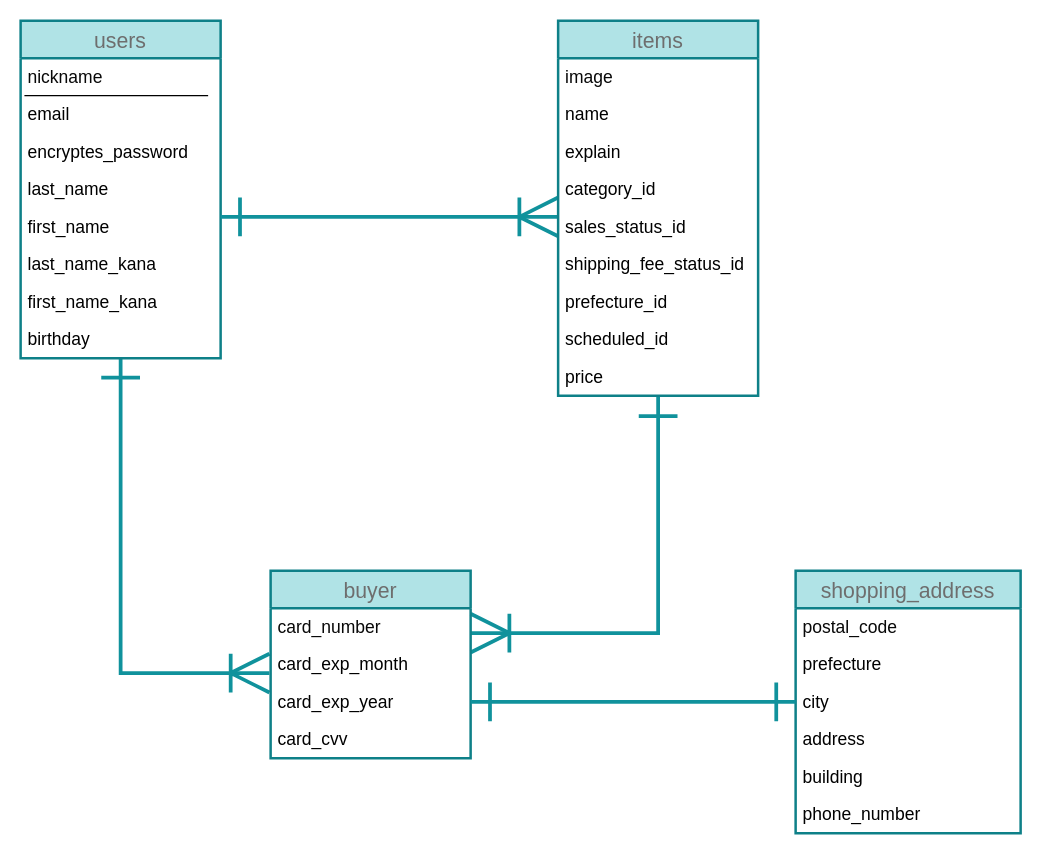
This is furima.dio from Ioa-041/furima-30559, a draw.io file, before an edit. Source tidied: cells renumbered, new cells numbered last; positions are measured from the earlier drawing's top-left corner, leaving out a move shared by most shapes. Both pictures are drawn from the tidied source at 125%, with x=0, y=0 at pixel (20, 20).
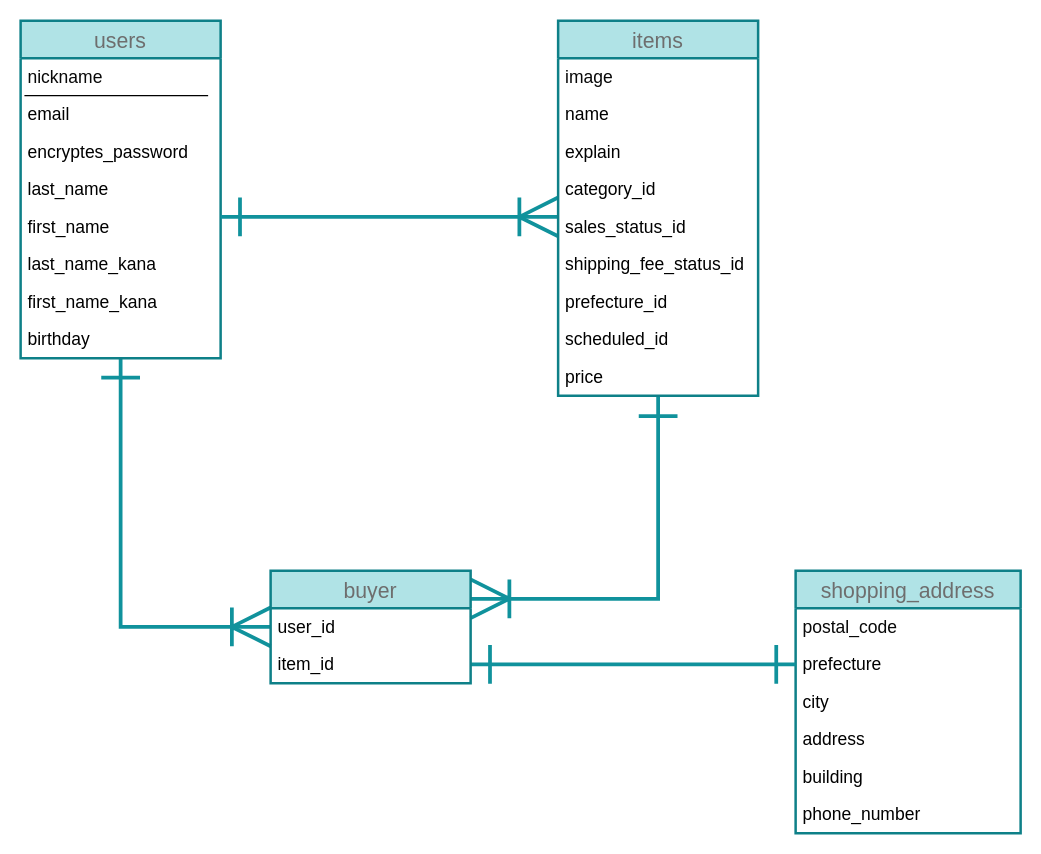
Above is the later version.

Commit message (it also covers changes not shown here):
クレジットカード情報カラム削除

The change refers to these unchanged cells:
```xml
<mxCell id="3" value="users" style="swimlane;fontStyle=0;horizontal=1;startSize=30;align=center;fontSize=17;strokeColor=#0e8088;labelBackgroundColor=none;fillColor=#b0e3e6;fontColor=#6E6E6E;strokeWidth=2;" parent="1" vertex="1">
  <mxGeometry width="160" height="270" as="geometry" />
</mxCell>
<mxCell id="20" value="shopping_address" style="swimlane;fontStyle=0;horizontal=1;startSize=30;align=center;fontSize=17;strokeColor=#0e8088;labelBackgroundColor=none;fillColor=#b0e3e6;fontColor=#6E6E6E;strokeWidth=2;labelBorderColor=none;" parent="1" vertex="1">
  <mxGeometry x="620" y="440" width="180" height="210" as="geometry" />
</mxCell>
<mxCell id="22" value="prefecture" style="text;strokeColor=none;fillColor=none;spacingLeft=4;spacingRight=4;overflow=hidden;points=[[0,0.5],[1,0.5]];portConstraint=eastwest;fontSize=14;fontColor=#000000;" parent="20" vertex="1">
  <mxGeometry y="60" width="180" height="30" as="geometry" />
</mxCell>
<mxCell id="37" value="price" style="text;strokeColor=none;fillColor=none;spacingLeft=4;spacingRight=4;overflow=hidden;points=[[0,0.5],[1,0.5]];portConstraint=eastwest;fontSize=14;fontColor=#000000;" parent="28" vertex="1">
  <mxGeometry y="270" width="160" height="30" as="geometry" />
</mxCell>
```

Change to the diagram source:
```diff
@@
-    <mxCell id="2" style="edgeStyle=orthogonalEdgeStyle;rounded=0;jettySize=auto;html=1;entryX=-0.006;entryY=0.733;entryDx=0;entryDy=0;entryPerimeter=0;fontColor=#6E6E6E;endArrow=ERoneToMany;endFill=0;strokeWidth=3;targetPerimeterSpacing=0;endSize=27;fillColor=#b0e3e6;strokeColor=#10929C;startArrow=ERone;startFill=0;startSize=27;" parent="1" edge="1" source="3" target="17">
-      <mxGeometry relative="1" as="geometry" />
+    <mxCell id="2" style="edgeStyle=orthogonalEdgeStyle;rounded=0;jettySize=auto;html=1;fontColor=#6E6E6E;endArrow=ERoneToMany;endFill=0;strokeWidth=3;targetPerimeterSpacing=0;endSize=27;fillColor=#b0e3e6;strokeColor=#10929C;startArrow=ERone;startFill=0;startSize=27;entryX=0;entryY=0.5;entryDx=0;entryDy=0;" parent="1" edge="1" source="3" target="38">
+      <mxGeometry relative="1" as="geometry">
+        <Array as="points">
+          <mxPoint x="80" y="485" />
+        </Array>
+      </mxGeometry>
     </mxCell>
@@
-    <mxCell id="13" style="edgeStyle=orthogonalEdgeStyle;rounded=0;jettySize=auto;html=1;fontColor=#6E6E6E;endArrow=ERoneToMany;endFill=0;strokeWidth=3;targetPerimeterSpacing=0;endSize=27;fillColor=#b0e3e6;strokeColor=#10929C;exitX=0.5;exitY=1.033;exitDx=0;exitDy=0;exitPerimeter=0;entryX=1;entryY=0.233;entryDx=0;entryDy=0;entryPerimeter=0;startArrow=ERone;startFill=0;startSize=27;" parent="1" edge="1" source="37">
+    <mxCell id="13" style="edgeStyle=orthogonalEdgeStyle;rounded=0;jettySize=auto;html=1;fontColor=#6E6E6E;endArrow=ERoneToMany;endFill=0;strokeWidth=3;targetPerimeterSpacing=0;endSize=27;fillColor=#b0e3e6;strokeColor=#10929C;exitX=0.5;exitY=1.033;exitDx=0;exitDy=0;exitPerimeter=0;entryX=1;entryY=0.25;entryDx=0;entryDy=0;startArrow=ERone;startFill=0;startSize=27;" parent="1" edge="1" source="37" target="15">
       <mxGeometry relative="1" as="geometry">
-        <mxPoint x="360" y="490" as="targetPoint" />
         <Array as="points">
-          <mxPoint x="510" y="490" />
+          <mxPoint x="510" y="463" />
         </Array>
       </mxGeometry>
     </mxCell>
@@
-    <mxCell id="15" value="buyer" style="swimlane;fontStyle=0;horizontal=1;startSize=30;align=center;fontSize=17;strokeColor=#0e8088;labelBackgroundColor=none;fillColor=#b0e3e6;fontColor=#6E6E6E;strokeWidth=2;labelBorderColor=none;" parent="1" vertex="1">
-      <mxGeometry x="200" y="440" width="160" height="150" as="geometry" />
-    </mxCell>
-    <mxCell id="16" value="card_number" style="text;strokeColor=none;fillColor=none;spacingLeft=4;spacingRight=4;overflow=hidden;fontSize=14;fontColor=#080808;" parent="15" vertex="1">
-      <mxGeometry y="30" width="160" height="30" as="geometry" />
-    </mxCell>
-    <mxCell id="17" value="card_exp_month" style="text;strokeColor=none;fillColor=none;spacingLeft=4;spacingRight=4;overflow=hidden;points=[[0,0.5],[1,0.5]];portConstraint=eastwest;fontSize=14;fontColor=#000000;" parent="15" vertex="1">
-      <mxGeometry y="60" width="160" height="30" as="geometry" />
-    </mxCell>
-    <mxCell id="18" value="card_exp_year" style="text;strokeColor=none;fillColor=none;spacingLeft=4;spacingRight=4;overflow=hidden;points=[[0,0.5],[1,0.5]];portConstraint=eastwest;fontSize=14;fontColor=#000000;" parent="15" vertex="1">
-      <mxGeometry y="90" width="160" height="30" as="geometry" />
-    </mxCell>
-    <mxCell id="19" value="card_cvv" style="text;strokeColor=none;fillColor=none;spacingLeft=4;spacingRight=4;overflow=hidden;fontSize=14;fontColor=#000000;" parent="15" vertex="1">
-      <mxGeometry y="120" width="160" height="30" as="geometry" />
-    </mxCell>
@@
-    <mxCell id="27" style="rounded=0;jettySize=auto;html=1;entryX=0;entryY=0.5;entryDx=0;entryDy=0;endArrow=ERone;endFill=0;endSize=27;targetPerimeterSpacing=0;strokeColor=#10929C;strokeWidth=3;fontSize=14;fontColor=#6E6E6E;startArrow=ERone;startFill=0;startSize=27;" parent="1" edge="1" source="18" target="20">
+    <mxCell id="27" style="rounded=0;jettySize=auto;html=1;entryX=0;entryY=0.5;entryDx=0;entryDy=0;endArrow=ERone;endFill=0;endSize=27;targetPerimeterSpacing=0;strokeColor=#10929C;strokeWidth=3;fontSize=14;fontColor=#6E6E6E;startArrow=ERone;startFill=0;startSize=27;exitX=1;exitY=0.5;exitDx=0;exitDy=0;" parent="1" edge="1" source="39" target="22">
       <mxGeometry relative="1" as="geometry" />
     </mxCell>
@@
+    <mxCell id="15" value="buyer" style="swimlane;fontStyle=0;horizontal=1;startSize=30;align=center;fontSize=17;strokeColor=#0e8088;labelBackgroundColor=none;fillColor=#b0e3e6;fontColor=#6E6E6E;strokeWidth=2;labelBorderColor=none;" parent="1" vertex="1">
+      <mxGeometry x="200" y="440" width="160" height="90" as="geometry" />
+    </mxCell>
+    <mxCell id="38" value="user_id" style="text;strokeColor=none;fillColor=none;spacingLeft=4;spacingRight=4;overflow=hidden;points=[[0,0.5],[1,0.5]];portConstraint=eastwest;fontSize=14;fontColor=#000000;" parent="15" vertex="1">
+      <mxGeometry y="30" width="160" height="30" as="geometry" />
+    </mxCell>
+    <mxCell id="39" value="item_id" style="text;strokeColor=none;fillColor=none;spacingLeft=4;spacingRight=4;overflow=hidden;points=[[0,0.5],[1,0.5]];portConstraint=eastwest;fontSize=14;fontColor=#000000;" parent="15" vertex="1">
+      <mxGeometry y="60" width="160" height="30" as="geometry" />
+    </mxCell>
```
